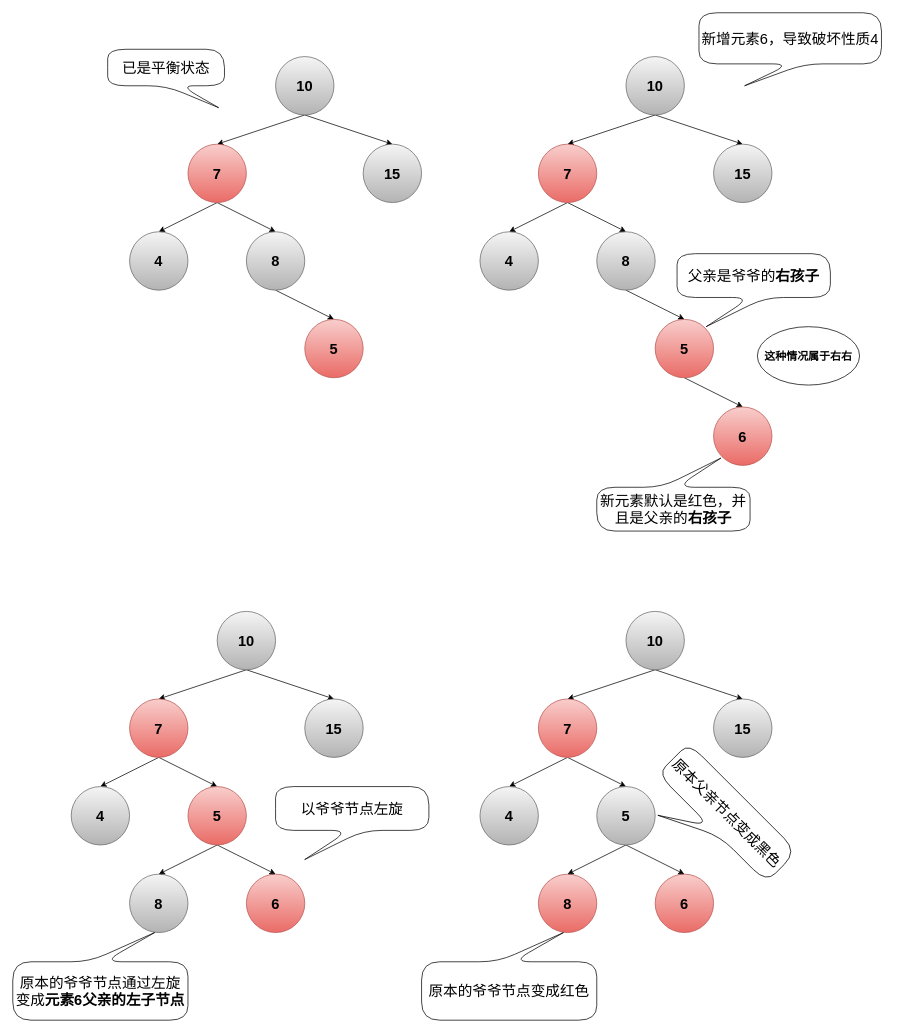
Above: page "右右情况" (1 of 4) of typora/JavaSE/6 集合/drawio/HashMap/红黑树失衡情况.drawio in LDChing0321/JavaLearn (draw.io), before the change. Source tidied: cells renumbered, new cells numbered last; positions are measured from the earlier drawing's top-left corner, leaving out a move shared by most shapes. Both pictures are drawn from the tidied source at 73%, with x=0, y=0 at pixel (12, 12).
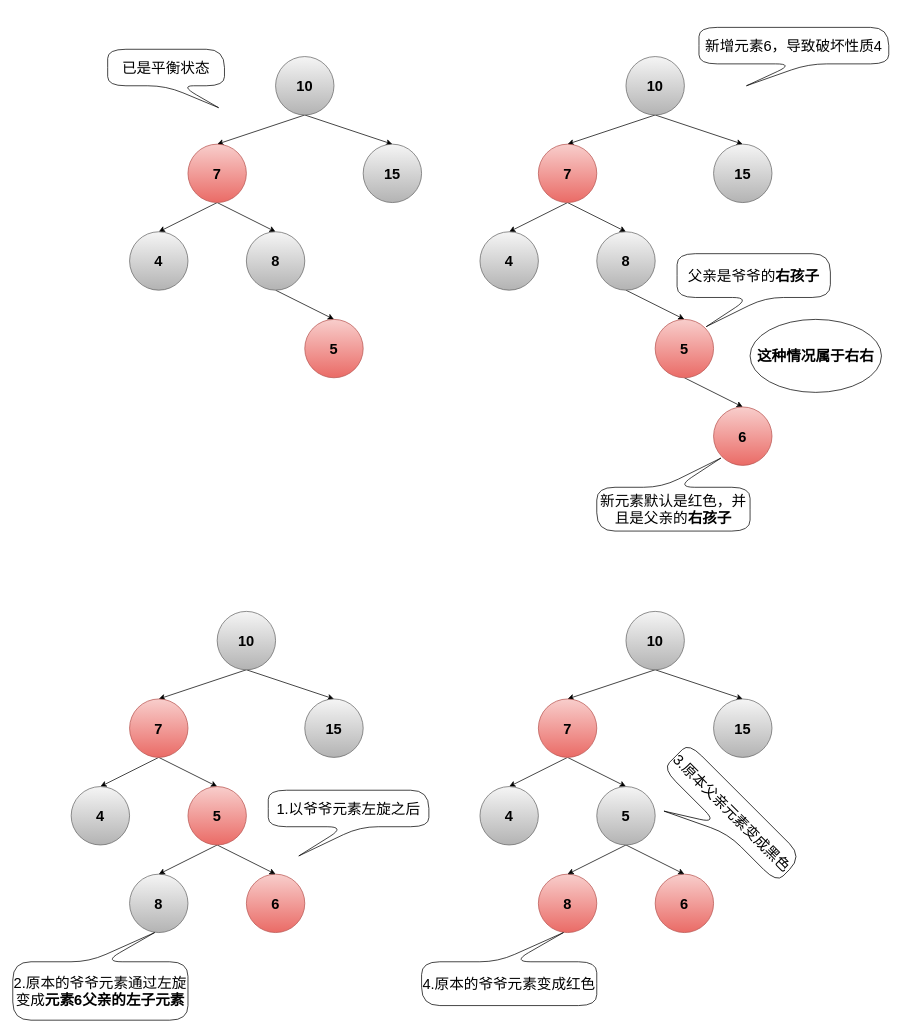
After the change.

Change to the diagram source:
```diff
@@
     <mxCell id="13" value="新增元素6，导致破坏性质4" style="shape=callout;whiteSpace=wrap;html=1;perimeter=calloutPerimeter;fontSize=20;rounded=1;arcSize=50;position2=0.25;" parent="1" vertex="1">
-      <mxGeometry x="940" width="250" height="100" as="geometry" />
+      <mxGeometry x="940" y="20" width="260" height="80" as="geometry" />
     </mxCell>
@@
-    <mxCell id="39" value="这种情况属于右右" style="ellipse;whiteSpace=wrap;html=1;fontSize=15;fontStyle=1;" parent="1" vertex="1">
-      <mxGeometry x="1020" y="430" width="140" height="80" as="geometry" />
+    <mxCell id="39" value="这种情况属于右右" style="ellipse;whiteSpace=wrap;html=1;fontSize=20;fontStyle=1;" parent="1" vertex="1">
+      <mxGeometry x="1010" y="420" width="180" height="100" as="geometry" />
     </mxCell>
-    <mxCell id="40" value="以爷爷节点左旋" style="shape=callout;whiteSpace=wrap;html=1;perimeter=calloutPerimeter;fontSize=20;rounded=1;arcSize=50;position2=0.19;size=40;position=0.48;direction=east;" parent="1" vertex="1">
-      <mxGeometry x="360" y="1060" width="210" height="100" as="geometry" />
+    <mxCell id="40" value="1.以爷爷元素左旋之后" style="shape=callout;whiteSpace=wrap;html=1;perimeter=calloutPerimeter;fontSize=20;rounded=1;arcSize=50;position2=0.19;size=40;position=0.48;direction=east;" parent="1" vertex="1">
+      <mxGeometry x="350" y="1065" width="220" height="90" as="geometry" />
     </mxCell>
@@
-    <mxCell id="45" value="原本的爷爷节点通过左旋变成&lt;b&gt;元素6父亲的左子节点&lt;/b&gt;" style="shape=callout;whiteSpace=wrap;html=1;perimeter=calloutPerimeter;fontSize=20;rounded=1;arcSize=50;position2=0.19;size=40;position=0.48;direction=west;" parent="1" vertex="1">
+    <mxCell id="45" value="2.原本的爷爷元素通过左旋变成&lt;b&gt;元素6父亲的左子元素&lt;/b&gt;" style="shape=callout;whiteSpace=wrap;html=1;perimeter=calloutPerimeter;fontSize=20;rounded=1;arcSize=50;position2=0.19;size=40;position=0.48;direction=west;" parent="1" vertex="1">
       <mxGeometry y="1260" width="240" height="120" as="geometry" />
     </mxCell>
@@
-    <mxCell id="55" value="原本父亲节点变成黑色" style="shape=callout;whiteSpace=wrap;html=1;perimeter=calloutPerimeter;fontSize=20;rounded=1;arcSize=50;position2=0.19;size=40;position=0.48;direction=east;rotation=45;" parent="1" vertex="1">
-      <mxGeometry x="860" y="1060" width="210" height="100" as="geometry" />
+    <mxCell id="55" value="3.原本父亲元素变成黑色" style="shape=callout;whiteSpace=wrap;html=1;perimeter=calloutPerimeter;fontSize=20;rounded=1;arcSize=50;position2=0.19;size=40;position=0.48;direction=east;rotation=45;" parent="1" vertex="1">
+      <mxGeometry x="862.1" y="1065" width="220" height="90" as="geometry" />
     </mxCell>
@@
-    <mxCell id="60" value="原本的爷爷节点变成红色" style="shape=callout;whiteSpace=wrap;html=1;perimeter=calloutPerimeter;fontSize=20;rounded=1;arcSize=50;position2=0.19;size=40;position=0.48;direction=west;" parent="1" vertex="1">
-      <mxGeometry x="560" y="1260" width="240" height="120" as="geometry" />
+    <mxCell id="60" value="4.原本的爷爷元素变成红色" style="shape=callout;whiteSpace=wrap;html=1;perimeter=calloutPerimeter;fontSize=20;rounded=1;arcSize=50;position2=0.19;size=40;position=0.48;direction=west;" parent="1" vertex="1">
+      <mxGeometry x="560" y="1260" width="240" height="100" as="geometry" />
     </mxCell>
```
